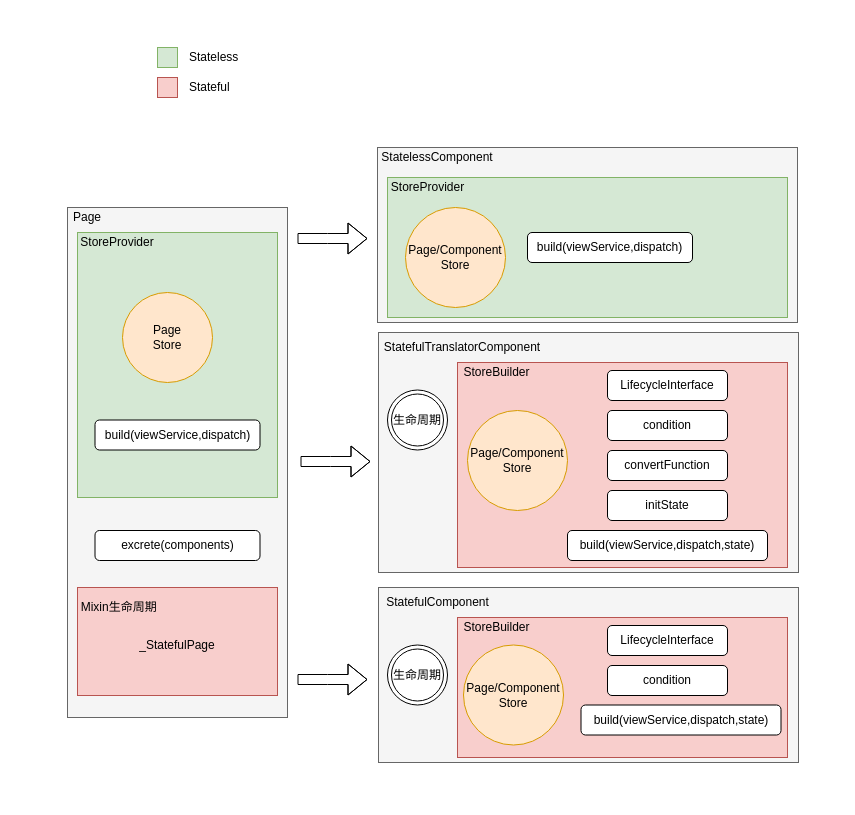
mjjde/iodraw keeps this draw.io diagram as page "第 1 页" (1 of 2) of 组件中的状态流转.drawio. Above is the earlier version. Source tidied: cells renumbered, new cells numbered last; positions are measured from the earlier drawing's top-left corner, leaving out a move shared by most shapes. Both pictures are drawn from the tidied source at 100%, with x=0, y=0 at pixel (67, 47).
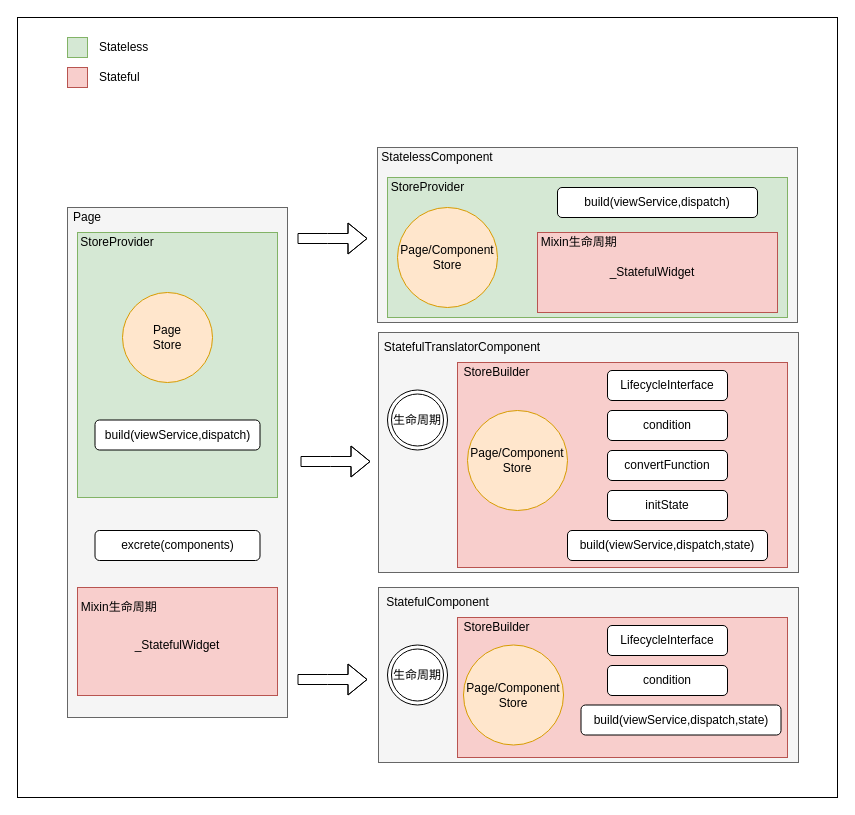
After the change.

Change to the diagram source:
```diff
@@
+    <mxCell id="45" style="rounded=0;whiteSpace=wrap;html=1;align=center;" parent="1" vertex="1">
+      <mxGeometry x="-50" y="-30" width="820" height="780" as="geometry" />
+    </mxCell>
@@
     <mxCell id="8" style="rounded=0;whiteSpace=wrap;html=1;fillColor=#d5e8d4;strokeColor=#82b366;" parent="1" vertex="1">
-      <mxGeometry x="90" width="20" height="20" as="geometry" />
+      <mxGeometry y="-10" width="20" height="20" as="geometry" />
     </mxCell>
     <mxCell id="9" value="Stateless" style="text;html=1;strokeColor=none;fillColor=none;align=left;verticalAlign=middle;whiteSpace=wrap;rounded=0;" parent="1" vertex="1">
-      <mxGeometry x="120" width="40" height="20" as="geometry" />
+      <mxGeometry x="30" y="-10" width="40" height="20" as="geometry" />
     </mxCell>
     <mxCell id="10" style="rounded=0;whiteSpace=wrap;html=1;fillColor=#f8cecc;strokeColor=#b85450;" parent="1" vertex="1">
-      <mxGeometry x="90" y="30" width="20" height="20" as="geometry" />
+      <mxGeometry y="20" width="20" height="20" as="geometry" />
     </mxCell>
     <mxCell id="11" value="Stateful" style="text;html=1;strokeColor=none;fillColor=none;align=left;verticalAlign=middle;whiteSpace=wrap;rounded=0;" parent="1" vertex="1">
-      <mxGeometry x="120" y="30" width="40" height="20" as="geometry" />
+      <mxGeometry x="30" y="20" width="40" height="20" as="geometry" />
     </mxCell>
@@
     <mxCell id="16" value="Page/Component&lt;br&gt;Store" style="ellipse;whiteSpace=wrap;html=1;fillColor=#ffe6cc;strokeColor=#d79b00;" parent="1" vertex="1">
-      <mxGeometry x="338" y="160" width="100" height="100" as="geometry" />
+      <mxGeometry x="330" y="160" width="100" height="100" as="geometry" />
     </mxCell>
@@
     <mxCell id="18" value="build(viewService,dispatch)" style="rounded=1;whiteSpace=wrap;html=1;align=center;" parent="1" vertex="1">
-      <mxGeometry x="460" y="185" width="165" height="30" as="geometry" />
+      <mxGeometry x="490" y="140" width="200" height="30" as="geometry" />
     </mxCell>
@@
-    <mxCell id="21" value="_StatefulPage" style="text;html=1;strokeColor=none;fillColor=none;align=center;verticalAlign=middle;whiteSpace=wrap;rounded=0;" parent="1" vertex="1">
+    <mxCell id="21" value="_StatefulWidget" style="text;html=1;strokeColor=none;fillColor=none;align=center;verticalAlign=middle;whiteSpace=wrap;rounded=0;" parent="1" vertex="1">
       <mxGeometry x="90" y="588" width="40" height="20" as="geometry" />
     </mxCell>
@@
+    <mxCell id="46" style="html=1;dashed=0;whitespace=wrap;align=left;fillColor=#f8cecc;strokeColor=#b85450;" parent="1" vertex="1">
+      <mxGeometry x="470" y="185" width="240" height="80" as="geometry" />
+    </mxCell>
+    <mxCell id="47" value="Mixin生命周期&amp;nbsp;&amp;nbsp;" style="text;html=1;strokeColor=none;fillColor=none;align=center;verticalAlign=middle;whiteSpace=wrap;rounded=0;" parent="1" vertex="1">
+      <mxGeometry x="470" y="185" width="90" height="20" as="geometry" />
+    </mxCell>
+    <mxCell id="48" value="_StatefulWidget" style="text;html=1;strokeColor=none;fillColor=none;align=center;verticalAlign=middle;whiteSpace=wrap;rounded=0;" parent="1" vertex="1">
+      <mxGeometry x="565" y="215" width="40" height="20" as="geometry" />
+    </mxCell>
```
